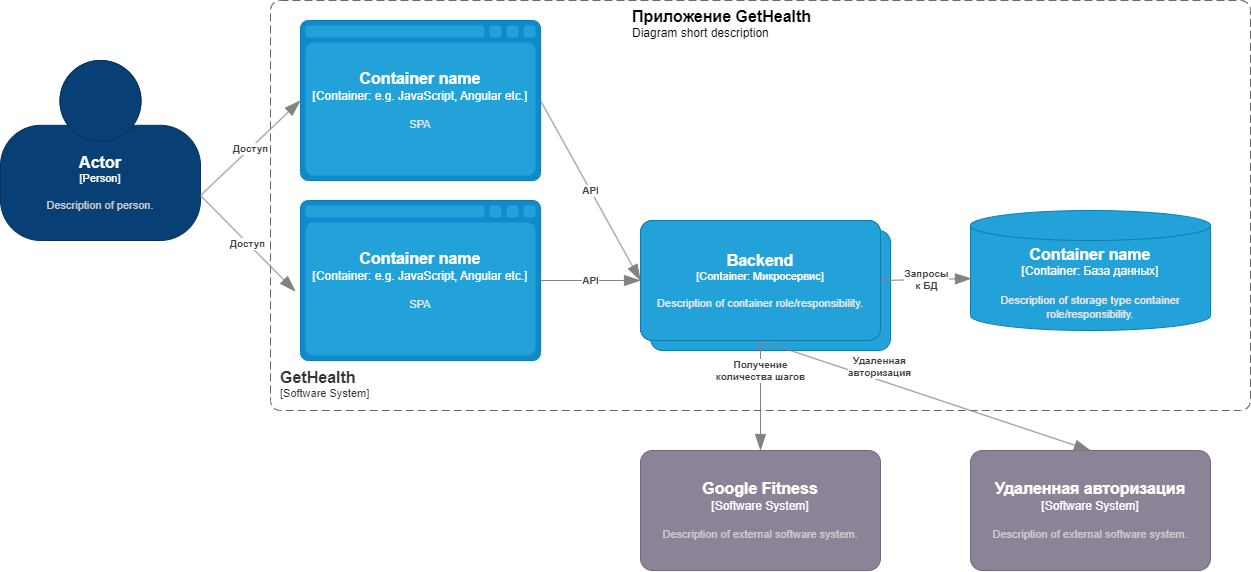
This is images/Struct1.png from szurs2006/otus, a draw.io export, as it was before one commit. Source tidied: cells renumbered, new cells last; positions are measured from the earlier drawing's top-left corner, leaving out a move shared by most shapes. Source of this version:
```xml
<mxGraphModel>
  <root>
    <mxCell id="0" />
    <mxCell id="1" parent="0" />
    <object id="2" label="&lt;font style=&quot;font-size: 16px&quot;&gt;&lt;b&gt;%c4Name%&lt;/b&gt;&lt;/font&gt;&lt;div&gt;[%c4Type%: %c4Technology%]&lt;/div&gt;&lt;br&gt;&lt;div&gt;&lt;font style=&quot;font-size: 11px&quot;&gt;&lt;font color=&quot;#E6E6E6&quot;&gt;%c4Description%&lt;/font&gt;&lt;/div&gt;" c4Description="Description of container role/responsibility." c4Name="Backend" c4Technology="ANY etc." c4Type="Container" placeholders="1">
      <mxCell style="rounded=1;whiteSpace=wrap;html=1;fontSize=11;labelBackgroundColor=none;fillColor=#23A2D9;fontColor=#ffffff;align=center;arcSize=10;strokeColor=#0E7DAD;" parent="1" vertex="1">
        <mxGeometry x="650" y="230" width="240" height="120" as="geometry" />
      </mxCell>
    </object>
    <object id="3" label="&lt;font style=&quot;font-size: 16px&quot;&gt;&lt;b&gt;%c4Name%&lt;/b&gt;&lt;/font&gt;&lt;div&gt;[%c4Type%]&lt;/div&gt;&lt;br&gt;&lt;div&gt;&lt;font style=&quot;font-size: 11px&quot;&gt;&lt;font color=&quot;#cccccc&quot;&gt;%c4Description%&lt;/font&gt;&lt;/div&gt;" c4Description="Description of person." c4Name="Actor" c4Type="Person" placeholders="1">
      <mxCell style="html=1;fontSize=11;dashed=0;whiteSpace=wrap;fillColor=#083F75;strokeColor=#06315C;fontColor=#ffffff;shape=mxgraph.c4.person2;align=center;points=[[0.5,0,0],[1,0.5,0],[1,0.75,0],[0.75,1,0],[0.5,1,0],[0.25,1,0],[0,0.75,0],[0,0.5,0]];" parent="1" vertex="1">
        <mxGeometry y="60" width="200" height="180" as="geometry" />
      </mxCell>
    </object>
    <object id="4" label="&lt;font style=&quot;font-size: 16px&quot;&gt;&lt;b&gt;&lt;div style=&quot;text-align: left&quot;&gt;%c4Name%&lt;/div&gt;&lt;/b&gt;&lt;/font&gt;&lt;div style=&quot;text-align: left&quot;&gt;[%c4Application%]&lt;/div&gt;" c4Application="Software System" c4Name="GetHealth" c4Type="SystemScopeBoundary" placeholders="1">
      <mxCell style="rounded=1;fontSize=11;whiteSpace=wrap;html=1;dashed=1;arcSize=20;fillColor=none;strokeColor=#666666;fontColor=#333333;labelBackgroundColor=none;align=left;verticalAlign=bottom;labelBorderColor=none;spacingTop=0;spacing=10;dashPattern=8 4;perimeter=rectanglePerimeter;noLabel=0;labelPadding=0;absoluteArcSize=1;" parent="1" vertex="1">
        <mxGeometry x="270" width="980" height="410" as="geometry" />
      </mxCell>
    </object>
    <object id="5" label="&lt;font style=&quot;font-size: 16px&quot;&gt;&lt;b&gt;%c4Type%&lt;/b&gt;&lt;/font&gt;&lt;div&gt;[%c4Container%:&amp;nbsp;%c4Technology%]&lt;/div&gt;&lt;br&gt;&lt;div&gt;&lt;font style=&quot;font-size: 11px&quot;&gt;&lt;font color=&quot;#E6E6E6&quot;&gt;%c4Description%&lt;/font&gt;&lt;/div&gt;" c4Container="Container" c4Description="SPA" c4Technology="e.g. JavaScript, Angular etc." c4Type="Container name" placeholders="1">
      <mxCell style="shape=mxgraph.c4.webBrowserContainer2;whiteSpace=wrap;html=1;boundedLbl=1;rounded=0;labelBackgroundColor=none;strokeColor=#118ACD;fillColor=#23A2D9;strokeColor=#118ACD;strokeColor2=#0E7DAD;fontSize=12;fontColor=#ffffff;align=center;points=[[0.5,0,0],[1,0.25,0],[1,0.5,0],[1,0.75,0],[0.5,1,0],[0,0.75,0],[0,0.5,0],[0,0.25,0]];" parent="1" vertex="1">
        <mxGeometry x="300" y="200" width="240" height="160" as="geometry" />
      </mxCell>
    </object>
    <object id="6" label="&lt;font style=&quot;font-size: 16px&quot;&gt;&lt;b&gt;%c4Type%&lt;/b&gt;&lt;/font&gt;&lt;div&gt;[%c4Container%:&amp;nbsp;%c4Technology%]&lt;/div&gt;&lt;br&gt;&lt;div&gt;&lt;font style=&quot;font-size: 11px&quot;&gt;&lt;font color=&quot;#E6E6E6&quot;&gt;%c4Description%&lt;/font&gt;&lt;/div&gt;" c4Container="Container" c4Description="Description of storage type container role/responsibility." c4Technology="База данных" c4Type="Container name" placeholders="1">
      <mxCell style="shape=cylinder3;size=15;whiteSpace=wrap;html=1;boundedLbl=1;rounded=0;labelBackgroundColor=none;fillColor=#23A2D9;fontSize=12;fontColor=#ffffff;align=center;strokeColor=#0E7DAD;points=[[0.5,0,0],[1,0.25,0],[1,0.5,0],[1,0.75,0],[0.5,1,0],[0,0.75,0],[0,0.5,0],[0,0.25,0]];" parent="1" vertex="1">
        <mxGeometry x="970" y="210" width="240" height="120" as="geometry" />
      </mxCell>
    </object>
    <object id="7" label="&lt;font style=&quot;font-size: 16px&quot;&gt;&lt;b&gt;%c4Name%&lt;/b&gt;&lt;/font&gt;&lt;div&gt;[%c4Type%]&lt;/div&gt;&lt;br&gt;&lt;div&gt;&lt;font style=&quot;font-size: 11px&quot;&gt;&lt;font color=&quot;#cccccc&quot;&gt;%c4Description%&lt;/font&gt;&lt;/div&gt;" c4Description="Description of external software system." c4Name="Google Fitness" c4Type="Software System" placeholders="1">
      <mxCell style="rounded=1;whiteSpace=wrap;html=1;labelBackgroundColor=none;fillColor=#8C8496;fontColor=#ffffff;align=center;arcSize=10;strokeColor=#736782;points=[[0.25,0,0],[0.5,0,0],[0.75,0,0],[1,0.25,0],[1,0.5,0],[1,0.75,0],[0.75,1,0],[0.5,1,0],[0.25,1,0],[0,0.75,0],[0,0.5,0],[0,0.25,0]];" parent="1" vertex="1">
        <mxGeometry x="640" y="450" width="240" height="120" as="geometry" />
      </mxCell>
    </object>
    <object id="8" label="&lt;font style=&quot;font-size: 16px&quot;&gt;&lt;b&gt;%c4Name%&lt;/b&gt;&lt;/font&gt;&lt;div&gt;[%c4Type%]&lt;/div&gt;&lt;br&gt;&lt;div&gt;&lt;font style=&quot;font-size: 11px&quot;&gt;&lt;font color=&quot;#cccccc&quot;&gt;%c4Description%&lt;/font&gt;&lt;/div&gt;" c4Description="Description of external software system." c4Name="Удаленная авторизация" c4Type="Software System" placeholders="1">
      <mxCell style="rounded=1;whiteSpace=wrap;html=1;labelBackgroundColor=none;fillColor=#8C8496;fontColor=#ffffff;align=center;arcSize=10;strokeColor=#736782;points=[[0.25,0,0],[0.5,0,0],[0.75,0,0],[1,0.25,0],[1,0.5,0],[1,0.75,0],[0.75,1,0],[0.5,1,0],[0.25,1,0],[0,0.75,0],[0,0.5,0],[0,0.25,0]];" parent="1" vertex="1">
        <mxGeometry x="970" y="450" width="240" height="120" as="geometry" />
      </mxCell>
    </object>
    <object id="9" label="&lt;font style=&quot;font-size: 16px&quot;&gt;&lt;b&gt;&lt;div style=&quot;text-align: left&quot;&gt;%c4Name%&lt;/div&gt;&lt;/b&gt;&lt;/font&gt;&lt;div style=&quot;text-align: left&quot;&gt;%c4Description%&lt;/div&gt;" c4Description="Diagram short description" c4Name="Приложение GetHealth" c4Type="ContainerDiagramTitle" placeholders="1">
      <mxCell style="text;html=1;strokeColor=none;fillColor=none;align=left;verticalAlign=top;whiteSpace=wrap;rounded=0;" parent="1" vertex="1">
        <mxGeometry x="630" width="260" height="40" as="geometry" />
      </mxCell>
    </object>
    <object id="10" label="&lt;div style=&quot;text-align: left&quot;&gt;&lt;div style=&quot;text-align: center&quot;&gt;&lt;b&gt;%c4Description%&lt;/b&gt;&lt;/div&gt;" c4Description="Получение &#10;количества шагов" c4Type="Relationship" placeholders="1">
      <mxCell style="endArrow=blockThin;html=1;fontSize=10;fontColor=#404040;strokeWidth=1;endFill=1;strokeColor=#828282;elbow=vertical;endSize=14;startSize=14;jumpStyle=arc;jumpSize=16;rounded=0;entryX=0.5;entryY=0;entryDx=0;entryDy=0;entryPerimeter=0;exitX=0.5;exitY=1;exitDx=0;exitDy=0;exitPerimeter=0;" parent="1" edge="1" source="13" target="7">
        <mxGeometry x="-0.47" relative="1" as="geometry" />
      </mxCell>
    </object>
    <object id="11" label="&lt;div style=&quot;text-align: left&quot;&gt;&lt;div style=&quot;text-align: center&quot;&gt;&lt;b&gt;%c4Description%&lt;/b&gt;&lt;/div&gt;" c4Description="Удаленная &#10;авторизация" c4Type="Relationship" placeholders="1">
      <mxCell style="endArrow=blockThin;html=1;fontSize=10;fontColor=#404040;strokeWidth=1;endFill=1;strokeColor=#828282;elbow=vertical;endSize=14;startSize=14;jumpStyle=arc;jumpSize=16;rounded=0;entryX=0.5;entryY=0;entryDx=0;entryDy=0;entryPerimeter=0;exitX=0.5;exitY=1;exitDx=0;exitDy=0;exitPerimeter=0;" parent="1" edge="1" source="13" target="8">
        <mxGeometry x="-0.31" y="13" relative="1" as="geometry" />
      </mxCell>
    </object>
    <object id="12" label="&lt;font style=&quot;font-size: 16px&quot;&gt;&lt;b&gt;%c4Type%&lt;/b&gt;&lt;/font&gt;&lt;div&gt;[%c4Container%:&amp;nbsp;%c4Technology%]&lt;/div&gt;&lt;br&gt;&lt;div&gt;&lt;font style=&quot;font-size: 11px&quot;&gt;&lt;font color=&quot;#E6E6E6&quot;&gt;%c4Description%&lt;/font&gt;&lt;/div&gt;" c4Container="Container" c4Description="SPA" c4Technology="e.g. JavaScript, Angular etc." c4Type="Container name" placeholders="1">
      <mxCell style="shape=mxgraph.c4.webBrowserContainer2;whiteSpace=wrap;html=1;boundedLbl=1;rounded=0;labelBackgroundColor=none;strokeColor=#118ACD;fillColor=#23A2D9;strokeColor=#118ACD;strokeColor2=#0E7DAD;fontSize=12;fontColor=#ffffff;align=center;points=[[0.5,0,0],[1,0.25,0],[1,0.5,0],[1,0.75,0],[0.5,1,0],[0,0.75,0],[0,0.5,0],[0,0.25,0]];" parent="1" vertex="1">
        <mxGeometry x="300" y="20" width="240" height="160" as="geometry" />
      </mxCell>
    </object>
    <object id="13" label="&lt;font style=&quot;font-size: 16px&quot;&gt;&lt;b&gt;%c4Name%&lt;/b&gt;&lt;/font&gt;&lt;div&gt;[%c4Type%: %c4Technology%]&lt;/div&gt;&lt;br&gt;&lt;div&gt;&lt;font style=&quot;font-size: 11px&quot;&gt;&lt;font color=&quot;#E6E6E6&quot;&gt;%c4Description%&lt;/font&gt;&lt;/div&gt;" c4Description="Description of container role/responsibility." c4Name="Backend" c4Technology="ANY etc." c4Type="Container" placeholders="1">
      <mxCell style="rounded=1;whiteSpace=wrap;html=1;fontSize=11;labelBackgroundColor=none;fillColor=#23A2D9;fontColor=#ffffff;align=center;arcSize=10;strokeColor=#0E7DAD;points=[[0.25,0,0],[0.5,0,0],[0.75,0,0],[1,0.25,0],[1,0.5,0],[1,0.75,0],[0.75,1,0],[0.5,1,0],[0.25,1,0],[0,0.75,0],[0,0.5,0],[0,0.25,0]];" parent="1" vertex="1">
        <mxGeometry x="640" y="220" width="240" height="120" as="geometry" />
      </mxCell>
    </object>
    <object id="14" label="&lt;div style=&quot;text-align: left&quot;&gt;&lt;div style=&quot;text-align: center&quot;&gt;&lt;b&gt;%c4Description%&lt;/b&gt;&lt;/div&gt;" c4Description="API" c4Type="Relationship" placeholders="1">
      <mxCell style="endArrow=blockThin;html=1;fontSize=10;fontColor=#404040;strokeWidth=1;endFill=1;strokeColor=#828282;elbow=vertical;endSize=14;startSize=14;jumpStyle=arc;jumpSize=16;rounded=0;exitX=1;exitY=0.5;exitDx=0;exitDy=0;exitPerimeter=0;entryX=0;entryY=0.5;entryDx=0;entryDy=0;entryPerimeter=0;" parent="1" edge="1" source="5" target="13">
        <mxGeometry relative="1" as="geometry" />
      </mxCell>
    </object>
    <object id="15" label="&lt;div style=&quot;text-align: left&quot;&gt;&lt;div style=&quot;text-align: center&quot;&gt;&lt;b&gt;%c4Description%&lt;/b&gt;&lt;/div&gt;" c4Description="API" c4Type="Relationship" placeholders="1">
      <mxCell style="endArrow=blockThin;html=1;fontSize=10;fontColor=#404040;strokeWidth=1;endFill=1;strokeColor=#828282;elbow=vertical;endSize=14;startSize=14;jumpStyle=arc;jumpSize=16;rounded=0;exitX=1;exitY=0.5;exitDx=0;exitDy=0;exitPerimeter=0;entryX=0;entryY=0.5;entryDx=0;entryDy=0;entryPerimeter=0;" parent="1" edge="1" source="12" target="13">
        <mxGeometry relative="1" as="geometry" />
      </mxCell>
    </object>
    <object id="16" label="&lt;div style=&quot;text-align: left&quot;&gt;&lt;div style=&quot;text-align: center&quot;&gt;&lt;b&gt;%c4Description%&lt;/b&gt;&lt;/div&gt;" c4Description="Доступ" c4Type="Relationship" placeholders="1">
      <mxCell style="endArrow=blockThin;html=1;fontSize=10;fontColor=#404040;strokeWidth=1;endFill=1;strokeColor=#828282;elbow=vertical;endSize=14;startSize=14;jumpStyle=arc;jumpSize=16;rounded=0;entryX=0;entryY=0.5;entryDx=0;entryDy=0;entryPerimeter=0;exitX=1;exitY=0.75;exitDx=0;exitDy=0;exitPerimeter=0;" parent="1" edge="1" source="3" target="12">
        <mxGeometry relative="1" as="geometry" />
      </mxCell>
    </object>
    <object id="17" label="&lt;div style=&quot;text-align: left&quot;&gt;&lt;div style=&quot;text-align: center&quot;&gt;&lt;b&gt;%c4Description%&lt;/b&gt;&lt;/div&gt;" c4Description="Доступ" c4Type="Relationship" placeholders="1">
      <mxCell style="endArrow=blockThin;html=1;fontSize=10;fontColor=#404040;strokeWidth=1;endFill=1;strokeColor=#828282;elbow=vertical;endSize=14;startSize=14;jumpStyle=arc;jumpSize=16;rounded=0;entryX=-0.021;entryY=0.569;entryDx=0;entryDy=0;entryPerimeter=0;exitX=1;exitY=0.75;exitDx=0;exitDy=0;exitPerimeter=0;" parent="1" edge="1" source="3" target="5">
        <mxGeometry relative="1" as="geometry" />
      </mxCell>
    </object>
    <object id="18" label="&lt;font style=&quot;font-size: 16px&quot;&gt;&lt;b&gt;%c4Name%&lt;/b&gt;&lt;/font&gt;&lt;div&gt;[%c4Type%: %c4Technology%]&lt;/div&gt;&lt;br&gt;&lt;div&gt;&lt;font style=&quot;font-size: 11px&quot;&gt;&lt;font color=&quot;#E6E6E6&quot;&gt;%c4Description%&lt;/font&gt;&lt;/div&gt;" c4Description="Description of container role/responsibility." c4Name="Backend" c4Technology="Микросервис" c4Type="Container" placeholders="1">
      <mxCell style="rounded=1;whiteSpace=wrap;html=1;fontSize=11;labelBackgroundColor=none;fillColor=#23A2D9;fontColor=#ffffff;align=center;arcSize=10;strokeColor=#0E7DAD;points=[[0.25,0,0],[0.5,0,0],[0.75,0,0],[1,0.25,0],[1,0.5,0],[1,0.75,0],[0.75,1,0],[0.5,1,0],[0.25,1,0],[0,0.75,0],[0,0.5,0],[0,0.25,0]];" parent="1" vertex="1">
        <mxGeometry x="640" y="220" width="240" height="120" as="geometry" />
      </mxCell>
    </object>
    <object id="19" label="&lt;div style=&quot;text-align: left&quot;&gt;&lt;div style=&quot;text-align: center&quot;&gt;&lt;b&gt;%c4Description%&lt;/b&gt;&lt;/div&gt;" c4Description="Запросы&#10;к БД" c4Type="Relationship" placeholders="1">
      <mxCell style="endArrow=blockThin;html=1;fontSize=10;fontColor=#404040;strokeWidth=1;endFill=1;strokeColor=#828282;elbow=vertical;endSize=14;startSize=14;jumpStyle=arc;jumpSize=16;rounded=0;exitX=1;exitY=0.5;exitDx=0;exitDy=0;exitPerimeter=0;entryX=0.004;entryY=0.567;entryDx=0;entryDy=0;entryPerimeter=0;" parent="1" edge="1" source="18" target="6">
        <mxGeometry relative="1" as="geometry" />
      </mxCell>
    </object>
  </root>
</mxGraphModel>
```
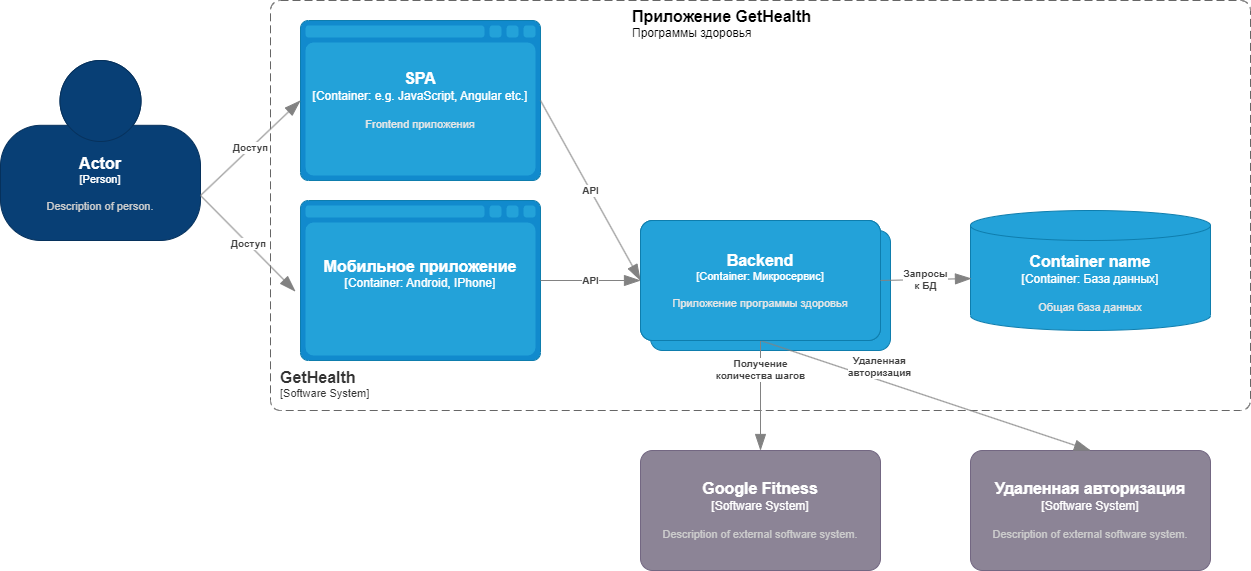
After the change.

Change to the diagram source:
```diff
@@ -17,12 +17,12 @@
         <mxGeometry x="270" width="980" height="410" as="geometry" />
       </mxCell>
     </object>
-    <object id="5" label="&lt;font style=&quot;font-size: 16px&quot;&gt;&lt;b&gt;%c4Type%&lt;/b&gt;&lt;/font&gt;&lt;div&gt;[%c4Container%:&amp;nbsp;%c4Technology%]&lt;/div&gt;&lt;br&gt;&lt;div&gt;&lt;font style=&quot;font-size: 11px&quot;&gt;&lt;font color=&quot;#E6E6E6&quot;&gt;%c4Description%&lt;/font&gt;&lt;/div&gt;" c4Container="Container" c4Description="SPA" c4Technology="e.g. JavaScript, Angular etc." c4Type="Container name" placeholders="1">
+    <object id="5" label="&lt;font style=&quot;font-size: 16px&quot;&gt;&lt;b&gt;%c4Type%&lt;/b&gt;&lt;/font&gt;&lt;div&gt;[%c4Container%:&amp;nbsp;%c4Technology%]&lt;/div&gt;&lt;br&gt;&lt;div&gt;&lt;font style=&quot;font-size: 11px&quot;&gt;&lt;font color=&quot;#E6E6E6&quot;&gt;%c4Description%&lt;/font&gt;&lt;/div&gt;" c4Container="Container" c4Description="" c4Technology="Android, IPhone" c4Type="Мобильное приложение" placeholders="1">
       <mxCell style="shape=mxgraph.c4.webBrowserContainer2;whiteSpace=wrap;html=1;boundedLbl=1;rounded=0;labelBackgroundColor=none;strokeColor=#118ACD;fillColor=#23A2D9;strokeColor=#118ACD;strokeColor2=#0E7DAD;fontSize=12;fontColor=#ffffff;align=center;points=[[0.5,0,0],[1,0.25,0],[1,0.5,0],[1,0.75,0],[0.5,1,0],[0,0.75,0],[0,0.5,0],[0,0.25,0]];" parent="1" vertex="1">
         <mxGeometry x="300" y="200" width="240" height="160" as="geometry" />
       </mxCell>
     </object>
-    <object id="6" label="&lt;font style=&quot;font-size: 16px&quot;&gt;&lt;b&gt;%c4Type%&lt;/b&gt;&lt;/font&gt;&lt;div&gt;[%c4Container%:&amp;nbsp;%c4Technology%]&lt;/div&gt;&lt;br&gt;&lt;div&gt;&lt;font style=&quot;font-size: 11px&quot;&gt;&lt;font color=&quot;#E6E6E6&quot;&gt;%c4Description%&lt;/font&gt;&lt;/div&gt;" c4Container="Container" c4Description="Description of storage type container role/responsibility." c4Technology="База данных" c4Type="Container name" placeholders="1">
+    <object id="6" label="&lt;font style=&quot;font-size: 16px&quot;&gt;&lt;b&gt;%c4Type%&lt;/b&gt;&lt;/font&gt;&lt;div&gt;[%c4Container%:&amp;nbsp;%c4Technology%]&lt;/div&gt;&lt;br&gt;&lt;div&gt;&lt;font style=&quot;font-size: 11px&quot;&gt;&lt;font color=&quot;#E6E6E6&quot;&gt;%c4Description%&lt;/font&gt;&lt;/div&gt;" c4Container="Container" c4Description="Общая база данных" c4Technology="База данных" c4Type="Container name" placeholders="1">
       <mxCell style="shape=cylinder3;size=15;whiteSpace=wrap;html=1;boundedLbl=1;rounded=0;labelBackgroundColor=none;fillColor=#23A2D9;fontSize=12;fontColor=#ffffff;align=center;strokeColor=#0E7DAD;points=[[0.5,0,0],[1,0.25,0],[1,0.5,0],[1,0.75,0],[0.5,1,0],[0,0.75,0],[0,0.5,0],[0,0.25,0]];" parent="1" vertex="1">
         <mxGeometry x="970" y="210" width="240" height="120" as="geometry" />
       </mxCell>
@@ -37,7 +37,7 @@
         <mxGeometry x="970" y="450" width="240" height="120" as="geometry" />
       </mxCell>
     </object>
-    <object id="9" label="&lt;font style=&quot;font-size: 16px&quot;&gt;&lt;b&gt;&lt;div style=&quot;text-align: left&quot;&gt;%c4Name%&lt;/div&gt;&lt;/b&gt;&lt;/font&gt;&lt;div style=&quot;text-align: left&quot;&gt;%c4Description%&lt;/div&gt;" c4Description="Diagram short description" c4Name="Приложение GetHealth" c4Type="ContainerDiagramTitle" placeholders="1">
+    <object id="9" label="&lt;font style=&quot;font-size: 16px&quot;&gt;&lt;b&gt;&lt;div style=&quot;text-align: left&quot;&gt;%c4Name%&lt;/div&gt;&lt;/b&gt;&lt;/font&gt;&lt;div style=&quot;text-align: left&quot;&gt;%c4Description%&lt;/div&gt;" c4Description="Программы здоровья" c4Name="Приложение GetHealth" c4Type="ContainerDiagramTitle" placeholders="1">
       <mxCell style="text;html=1;strokeColor=none;fillColor=none;align=left;verticalAlign=top;whiteSpace=wrap;rounded=0;" parent="1" vertex="1">
         <mxGeometry x="630" width="260" height="40" as="geometry" />
       </mxCell>
@@ -52,7 +52,7 @@
         <mxGeometry x="-0.31" y="13" relative="1" as="geometry" />
       </mxCell>
     </object>
-    <object id="12" label="&lt;font style=&quot;font-size: 16px&quot;&gt;&lt;b&gt;%c4Type%&lt;/b&gt;&lt;/font&gt;&lt;div&gt;[%c4Container%:&amp;nbsp;%c4Technology%]&lt;/div&gt;&lt;br&gt;&lt;div&gt;&lt;font style=&quot;font-size: 11px&quot;&gt;&lt;font color=&quot;#E6E6E6&quot;&gt;%c4Description%&lt;/font&gt;&lt;/div&gt;" c4Container="Container" c4Description="SPA" c4Technology="e.g. JavaScript, Angular etc." c4Type="Container name" placeholders="1">
+    <object id="12" label="&lt;font style=&quot;font-size: 16px&quot;&gt;&lt;b&gt;%c4Type%&lt;/b&gt;&lt;/font&gt;&lt;div&gt;[%c4Container%:&amp;nbsp;%c4Technology%]&lt;/div&gt;&lt;br&gt;&lt;div&gt;&lt;font style=&quot;font-size: 11px&quot;&gt;&lt;font color=&quot;#E6E6E6&quot;&gt;%c4Description%&lt;/font&gt;&lt;/div&gt;" c4Container="Container" c4Description="Frontend приложения" c4Technology="e.g. JavaScript, Angular etc." c4Type="SPA" placeholders="1">
       <mxCell style="shape=mxgraph.c4.webBrowserContainer2;whiteSpace=wrap;html=1;boundedLbl=1;rounded=0;labelBackgroundColor=none;strokeColor=#118ACD;fillColor=#23A2D9;strokeColor=#118ACD;strokeColor2=#0E7DAD;fontSize=12;fontColor=#ffffff;align=center;points=[[0.5,0,0],[1,0.25,0],[1,0.5,0],[1,0.75,0],[0.5,1,0],[0,0.75,0],[0,0.5,0],[0,0.25,0]];" parent="1" vertex="1">
         <mxGeometry x="300" y="20" width="240" height="160" as="geometry" />
       </mxCell>
@@ -82,7 +82,7 @@
         <mxGeometry relative="1" as="geometry" />
       </mxCell>
     </object>
-    <object id="18" label="&lt;font style=&quot;font-size: 16px&quot;&gt;&lt;b&gt;%c4Name%&lt;/b&gt;&lt;/font&gt;&lt;div&gt;[%c4Type%: %c4Technology%]&lt;/div&gt;&lt;br&gt;&lt;div&gt;&lt;font style=&quot;font-size: 11px&quot;&gt;&lt;font color=&quot;#E6E6E6&quot;&gt;%c4Description%&lt;/font&gt;&lt;/div&gt;" c4Description="Description of container role/responsibility." c4Name="Backend" c4Technology="Микросервис" c4Type="Container" placeholders="1">
+    <object id="18" label="&lt;font style=&quot;font-size: 16px&quot;&gt;&lt;b&gt;%c4Name%&lt;/b&gt;&lt;/font&gt;&lt;div&gt;[%c4Type%: %c4Technology%]&lt;/div&gt;&lt;br&gt;&lt;div&gt;&lt;font style=&quot;font-size: 11px&quot;&gt;&lt;font color=&quot;#E6E6E6&quot;&gt;%c4Description%&lt;/font&gt;&lt;/div&gt;" c4Description="Приложение программы здоровья" c4Name="Backend" c4Technology="Микросервис" c4Type="Container" placeholders="1">
       <mxCell style="rounded=1;whiteSpace=wrap;html=1;fontSize=11;labelBackgroundColor=none;fillColor=#23A2D9;fontColor=#ffffff;align=center;arcSize=10;strokeColor=#0E7DAD;points=[[0.25,0,0],[0.5,0,0],[0.75,0,0],[1,0.25,0],[1,0.5,0],[1,0.75,0],[0.75,1,0],[0.5,1,0],[0.25,1,0],[0,0.75,0],[0,0.5,0],[0,0.25,0]];" parent="1" vertex="1">
         <mxGeometry x="640" y="220" width="240" height="120" as="geometry" />
       </mxCell>
```
